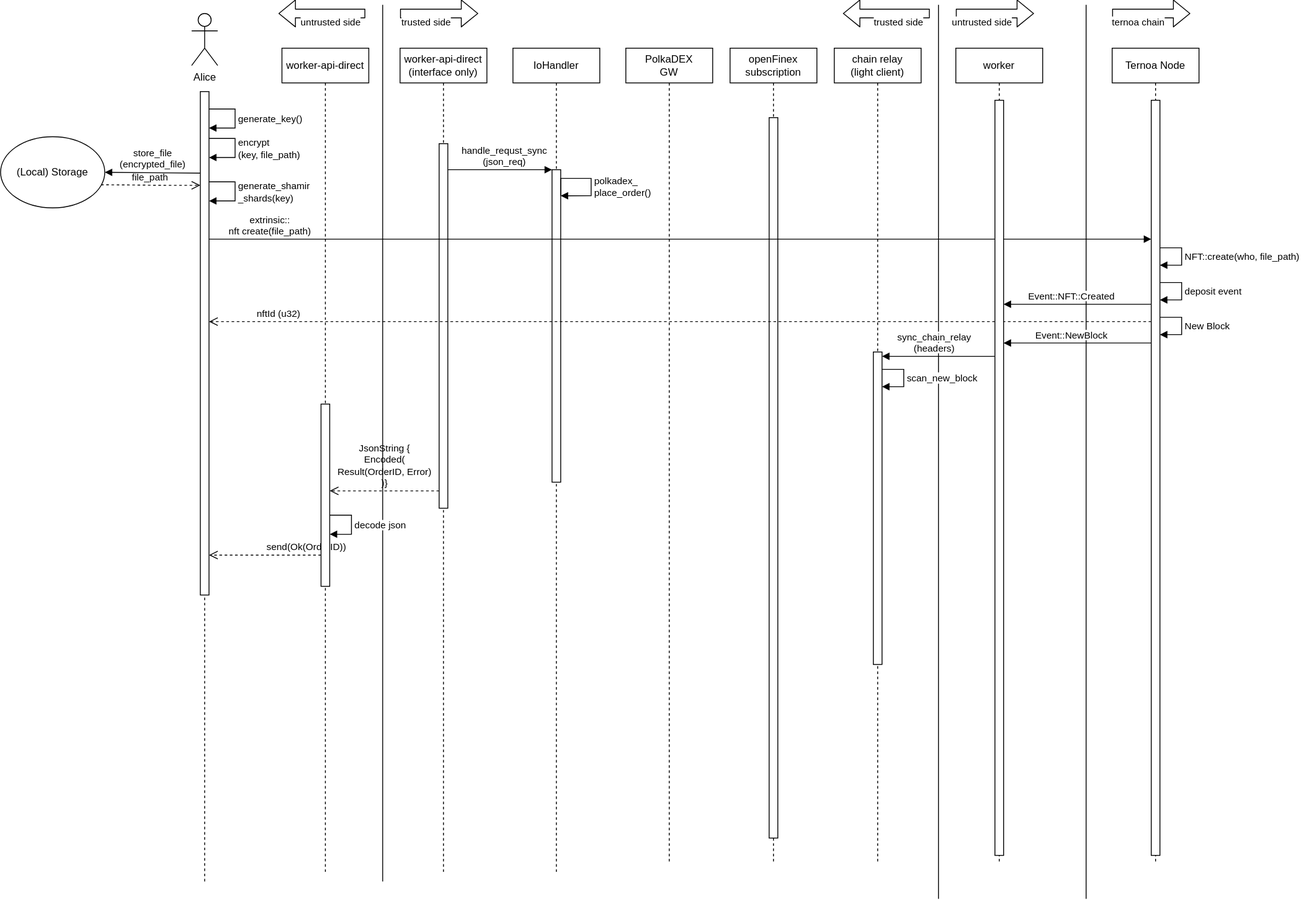
Before: capsule_sequence_diagram.svg, a diagram exported from draw.io (haerdib/substraTEE_diagramms). Source tidied: cells renumbered, new cells last; positions are measured from the earlier drawing's top-left corner, leaving out a move shared by most shapes.
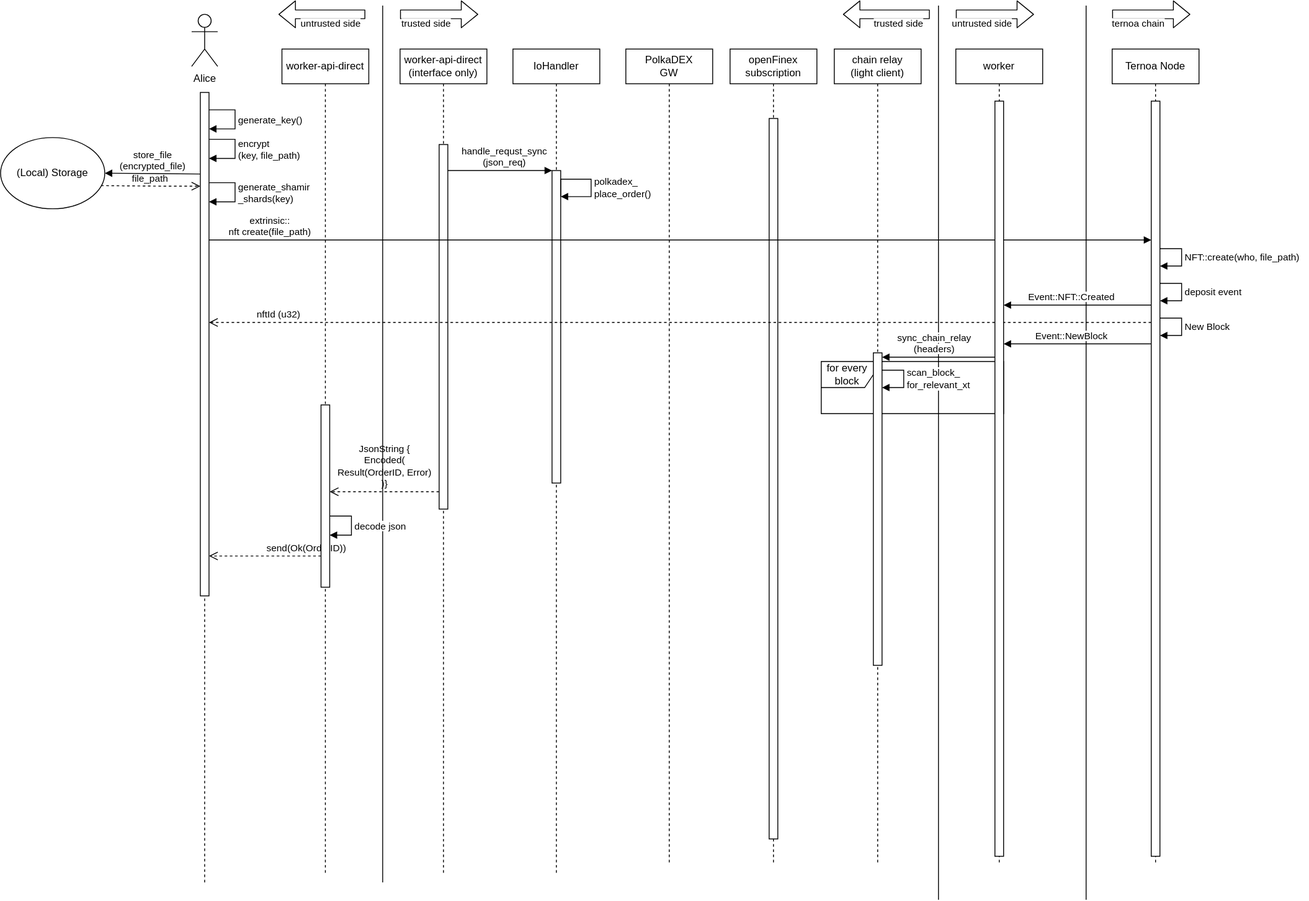
The same diagram one commit later.

Diff of the diagram source:
```diff
@@ -2,6 +2,9 @@
   <root>
     <mxCell id="0" />
     <mxCell id="1" parent="0" />
+    <mxCell id="54" value="&lt;div&gt;for every&lt;/div&gt;&lt;div&gt;block&lt;br&gt;&lt;/div&gt;" style="shape=umlFrame;whiteSpace=wrap;html=1;" parent="1" vertex="1">
+      <mxGeometry x="945" y="410" width="210" height="60" as="geometry" />
+    </mxCell>
     <mxCell id="2" style="endArrow=none;dashed=1;html=1;" parent="1" edge="1">
       <mxGeometry relative="1" as="geometry">
         <mxPoint x="235" y="164" as="sourcePoint" />
@@ -272,7 +275,7 @@
         <mxPoint x="1155" y="389.7" as="targetPoint" />
       </mxGeometry>
     </mxCell>
-    <mxCell id="53" value="&lt;div&gt;scan_new_block&lt;/div&gt;" style="edgeStyle=orthogonalEdgeStyle;html=1;align=left;spacingLeft=2;endArrow=block;rounded=0;" parent="1" edge="1">
+    <mxCell id="53" value="&lt;div&gt;scan_block_&lt;/div&gt;&lt;div&gt;for_relevant_xt&lt;/div&gt;" style="edgeStyle=orthogonalEdgeStyle;html=1;align=left;spacingLeft=2;endArrow=block;rounded=0;" parent="1" edge="1">
       <mxGeometry relative="1" as="geometry">
         <mxPoint x="1015" y="420" as="sourcePoint" />
         <mxPoint x="1015" y="440" as="targetPoint" />
```
